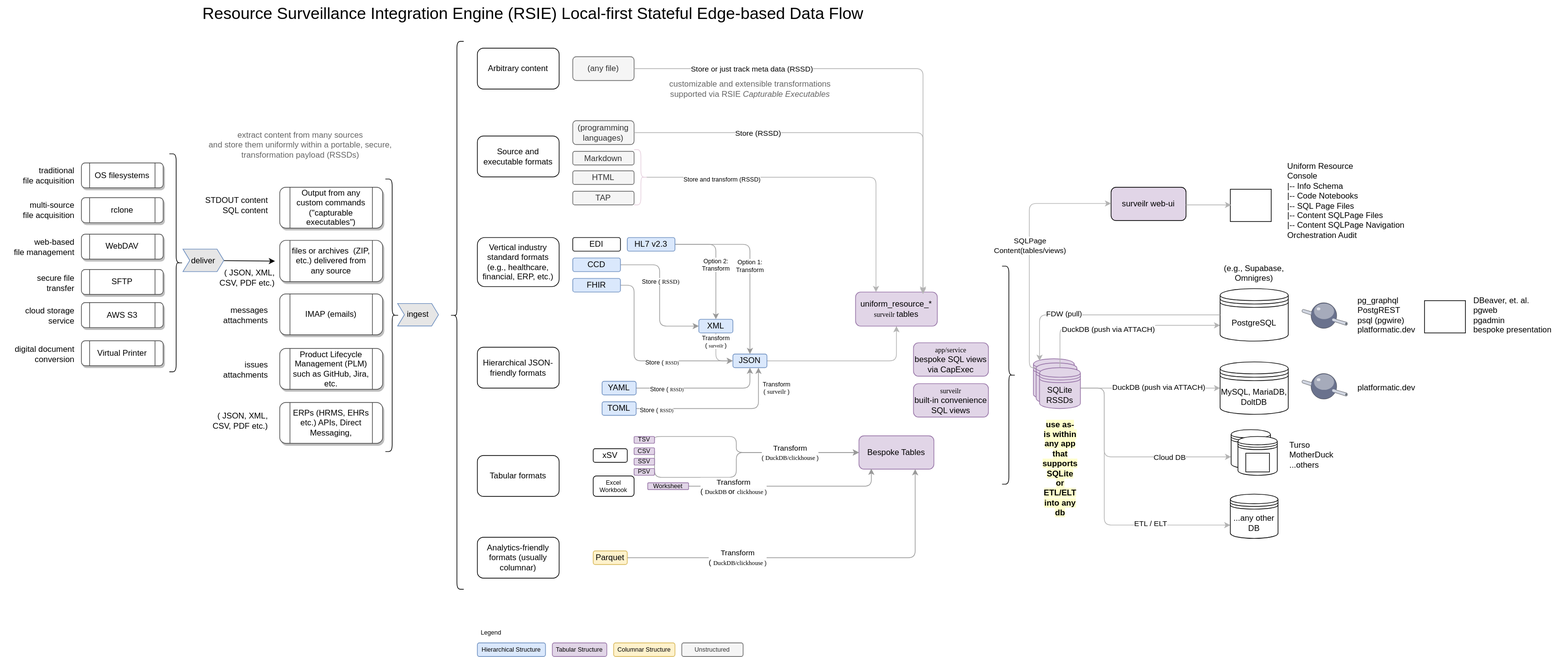
This is pattern/integration-engine/assets/resource-surveillance-integration-engine-data-flow.drawio.svg from opsfolio/resource-surveillance-commons, a draw.io export, as it was before one commit. Source tidied: cells renumbered, new cells last; positions are measured from the earlier drawing's top-left corner, leaving out a move shared by most shapes.
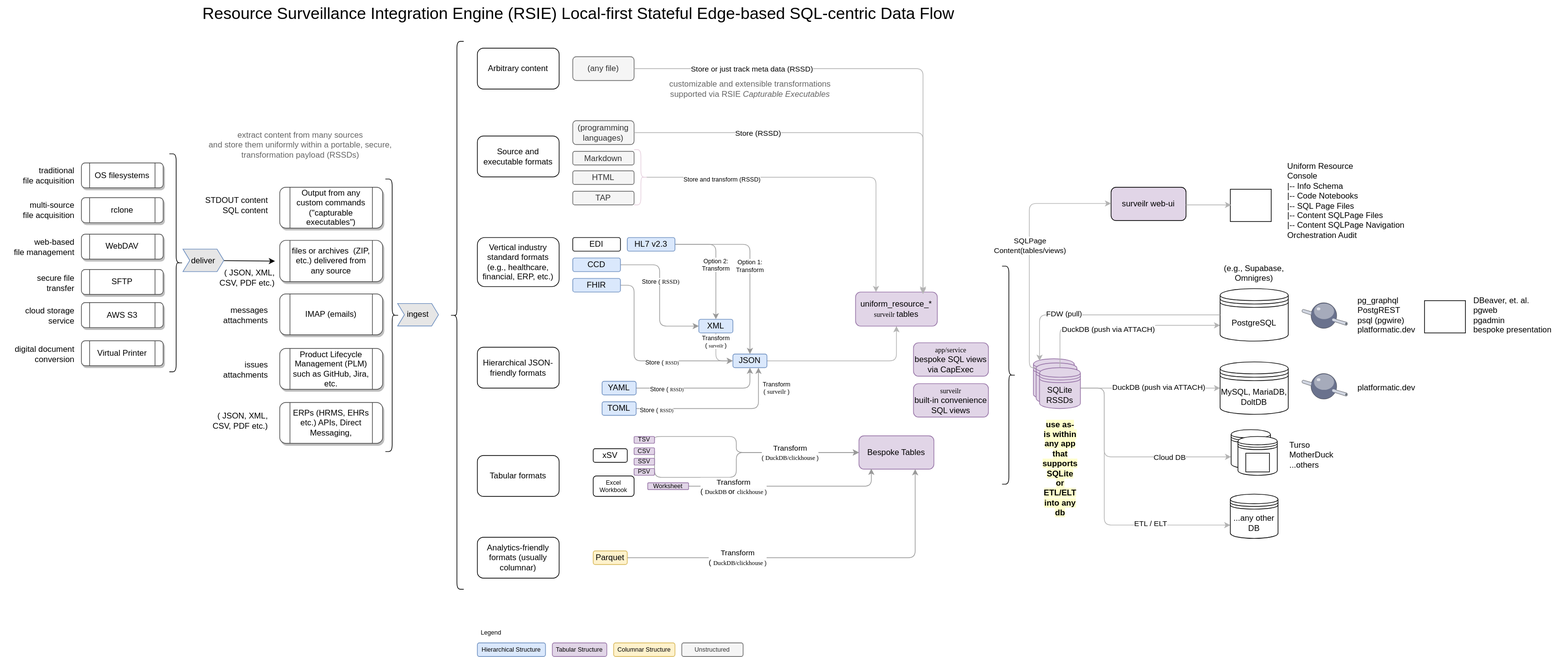
Above is the later version.

Commit message:
docs: introduce SQL-centric into messaging

The edit, as a diff of the source:
```diff
@@ -151,8 +151,8 @@
     <mxCell id="45" value="Columnar Structure" style="rounded=1;whiteSpace=wrap;html=1;fillColor=#fff2cc;strokeColor=#d6b656;fontSize=9;" parent="1" vertex="1">
       <mxGeometry x="900" y="943" width="90" height="20" as="geometry" />
     </mxCell>
-    <mxCell id="46" value="Resource Surveillance Integration Engine (RSIE) Local-first Stateful Edge-based Data Flow" style="text;html=1;align=left;verticalAlign=middle;strokeColor=none;fillColor=none;fontSize=24;" parent="1" vertex="1">
-      <mxGeometry x="295" width="990" height="40" as="geometry" />
+    <mxCell id="46" value="Resource Surveillance Integration Engine (RSIE) Local-first Stateful Edge-based SQL-centric Data Flow" style="text;html=1;align=left;verticalAlign=middle;strokeColor=none;fillColor=none;fontSize=24;" parent="1" vertex="1">
+      <mxGeometry x="295" width="1130" height="40" as="geometry" />
     </mxCell>
     <mxCell id="47" value="Legend" style="text;html=1;align=center;verticalAlign=middle;strokeColor=none;fillColor=none;fontSize=9;" parent="1" vertex="1">
       <mxGeometry x="695" y="918" width="50" height="20" as="geometry" />
```
